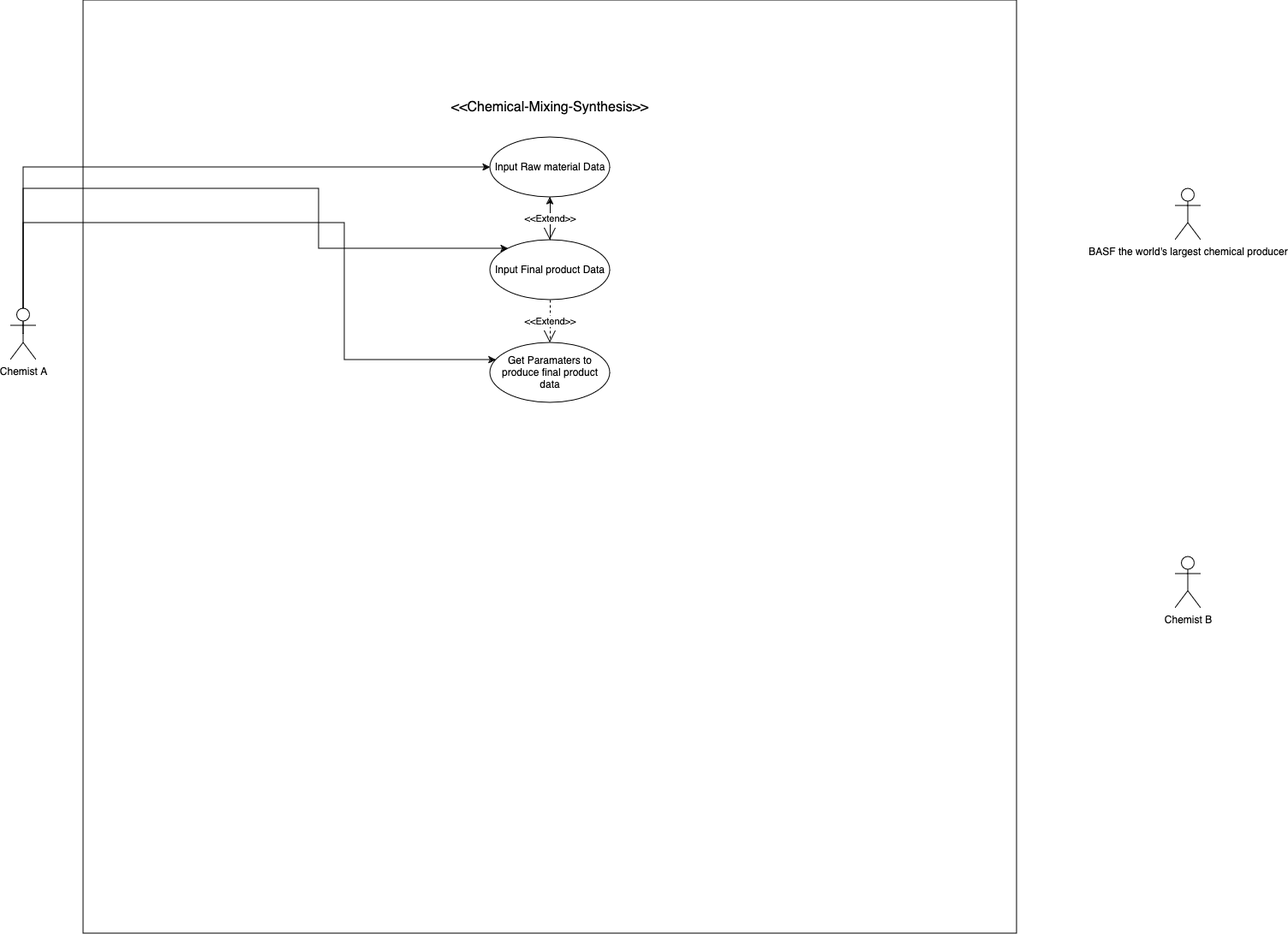
The draw.io diagram use-case.png in a-l-a-z-a-r/Chemical-Mixing-Data-Synthesis, before a commit. Source tidied: cells renumbered, new cells last; positions are measured from the earlier drawing's top-left corner, leaving out a move shared by most shapes.
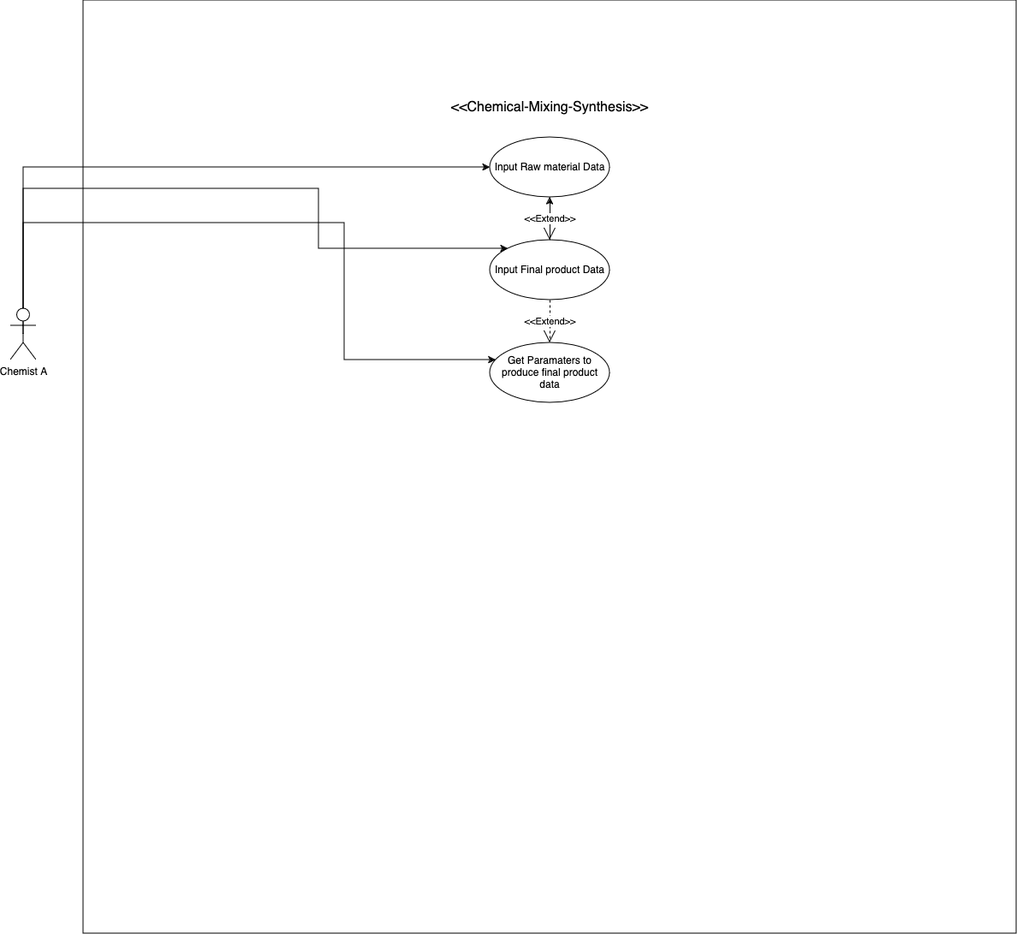
After the change.

The edit, as a diff of the source:
```diff
@@ -33,9 +33,6 @@
     <mxCell id="6" value="Chemist A" style="shape=umlActor;verticalLabelPosition=bottom;verticalAlign=top;html=1;outlineConnect=0;labelBackgroundColor=none;" parent="1" vertex="1">
       <mxGeometry y="360" width="30" height="60" as="geometry" />
     </mxCell>
-    <mxCell id="7" value="BASF the world's largest chemical producer" style="shape=umlActor;verticalLabelPosition=bottom;verticalAlign=top;html=1;labelBackgroundColor=none;" parent="1" vertex="1">
-      <mxGeometry x="1360" y="220" width="30" height="60" as="geometry" />
-    </mxCell>
     <mxCell id="8" value="Input Raw material Data " style="ellipse;whiteSpace=wrap;html=1;labelBackgroundColor=none;" parent="1" vertex="1">
       <mxGeometry x="560" y="160" width="140" height="70" as="geometry" />
     </mxCell>
@@ -54,9 +51,6 @@
     <mxCell id="13" value="&amp;lt;&amp;lt;Extend&amp;gt;&amp;gt;" style="endArrow=open;endSize=12;dashed=1;html=1;rounded=0;exitX=0.5;exitY=1;exitDx=0;exitDy=0;entryX=0.5;entryY=0;entryDx=0;entryDy=0;" parent="1" edge="1" source="10" target="11">
       <mxGeometry relative="1" as="geometry" />
     </mxCell>
-    <mxCell id="14" value="Chemist B" style="shape=umlActor;verticalLabelPosition=bottom;verticalAlign=top;html=1;" parent="1" vertex="1">
-      <mxGeometry x="1360" y="650" width="30" height="60" as="geometry" />
-    </mxCell>
     <mxCell id="15" value="&amp;lt;&amp;lt;Extend&amp;gt;&amp;gt;" style="endArrow=open;endSize=12;dashed=1;html=1;rounded=0;exitX=0.5;exitY=1;exitDx=0;exitDy=0;" parent="1" edge="1" source="8" target="10">
       <mxGeometry relative="1" as="geometry" />
     </mxCell>
```
